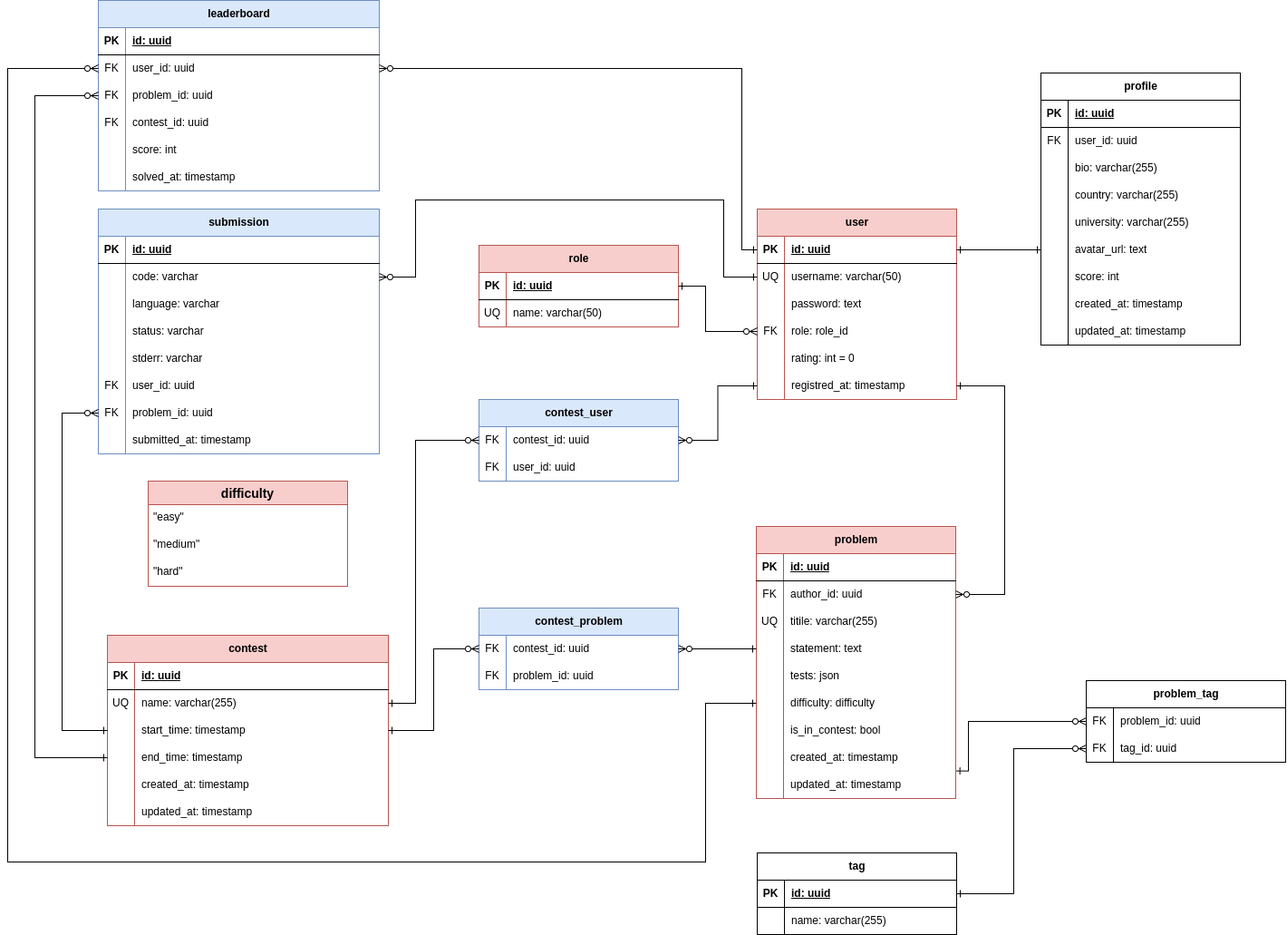
Earlier version of the draw.io export docs/erd.png (Jduun/contest-platform). Source tidied: cells renumbered, new cells last; positions are measured from the earlier drawing's top-left corner, leaving out a move shared by most shapes.
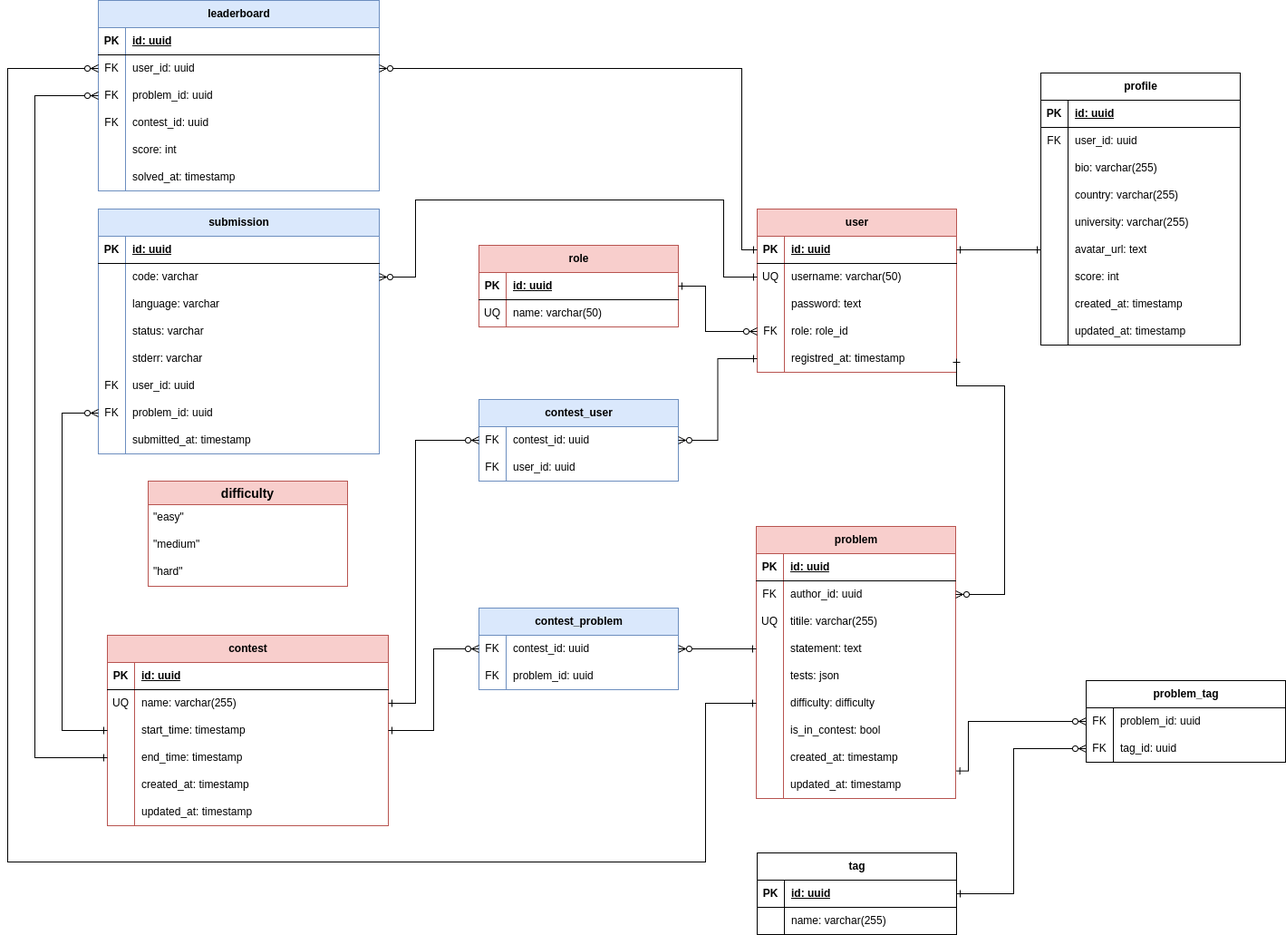
The same diagram one commit later.

Commit message:
fix: remove user rating field

Diff of the diagram source:
```diff
@@ -3,7 +3,7 @@
     <mxCell id="0" />
     <mxCell id="1" parent="0" />
     <mxCell id="2" value="user" style="shape=table;startSize=30;rowLines=0;fontStyle=1;align=center;html=1;fillColor=#f8cecc;strokeColor=#b85450;" parent="1" vertex="1">
-      <mxGeometry x="827" y="230" width="220" height="210" as="geometry" />
+      <mxGeometry x="827" y="230" width="220" height="180" as="geometry" />
     </mxCell>
     <mxCell id="3" style="shape=tableRow;horizontal=0;startSize=0;swimlaneHead=0;swimlaneBody=0;fillColor=none;points=[[0,0.5],[1,0.5]];portConstraint=eastwest;top=0;left=0;right=0;bottom=1;" parent="2" vertex="1">
       <mxGeometry y="30" width="220" height="30" as="geometry" />
@@ -41,17 +41,8 @@
     <mxCell id="14" value="role: role_id" style="shape=partialRectangle;fillColor=none;top=0;left=0;bottom=0;right=0;align=left;spacingLeft=6;overflow=hidden;whiteSpace=wrap;html=1;" parent="12" vertex="1">
       <mxGeometry x="30" width="190" height="30" as="geometry" />
     </mxCell>
-    <mxCell id="15" style="shape=tableRow;horizontal=0;startSize=0;swimlaneHead=0;swimlaneBody=0;fillColor=none;top=0;left=0;right=0;bottom=0;" parent="2" vertex="1">
-      <mxGeometry y="150" width="220" height="30" as="geometry" />
-    </mxCell>
-    <mxCell id="16" style="shape=partialRectangle;fillColor=none;top=0;left=0;bottom=0;right=0;overflow=hidden;whiteSpace=wrap;html=1;" parent="15" vertex="1">
-      <mxGeometry width="30" height="30" as="geometry" />
-    </mxCell>
-    <mxCell id="17" value="rating: int = 0" style="shape=partialRectangle;fillColor=none;top=0;left=0;bottom=0;right=0;align=left;spacingLeft=6;overflow=hidden;whiteSpace=wrap;html=1;" parent="15" vertex="1">
-      <mxGeometry x="30" width="190" height="30" as="geometry" />
-    </mxCell>
     <mxCell id="18" style="shape=tableRow;horizontal=0;startSize=0;swimlaneHead=0;swimlaneBody=0;fillColor=none;points=[[0,0.5],[1,0.5]];portConstraint=eastwest;top=0;left=0;right=0;bottom=0;" parent="2" vertex="1">
-      <mxGeometry y="180" width="220" height="30" as="geometry" />
+      <mxGeometry y="150" width="220" height="30" as="geometry" />
     </mxCell>
     <mxCell id="19" style="shape=partialRectangle;fillColor=none;top=0;left=0;bottom=0;right=0;overflow=hidden;whiteSpace=wrap;html=1;" parent="18" vertex="1">
       <mxGeometry width="30" height="30" as="geometry" />
```
